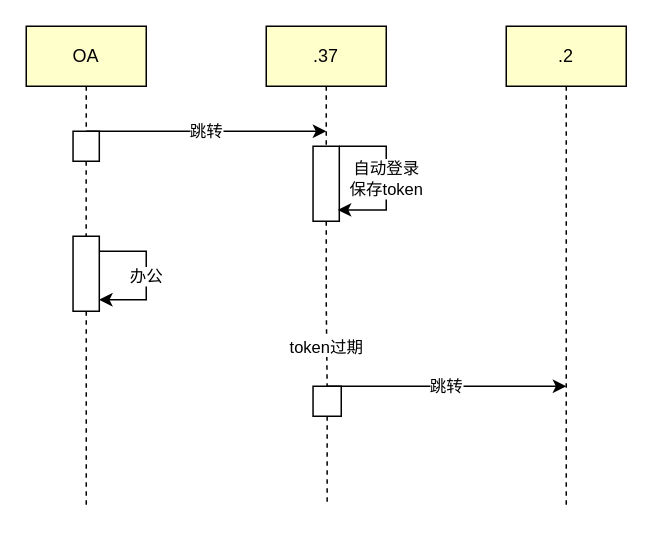
Above: drawio/architecture.drawio in RainbowJier/GeneralLoginModule (draw.io), before the change. Source tidied: cells renumbered, new cells numbered last; positions are measured from the earlier drawing's top-left corner, leaving out a move shared by most shapes. Both pictures are drawn from the tidied source at 150%, with x=0, y=0 at pixel (26, 26).
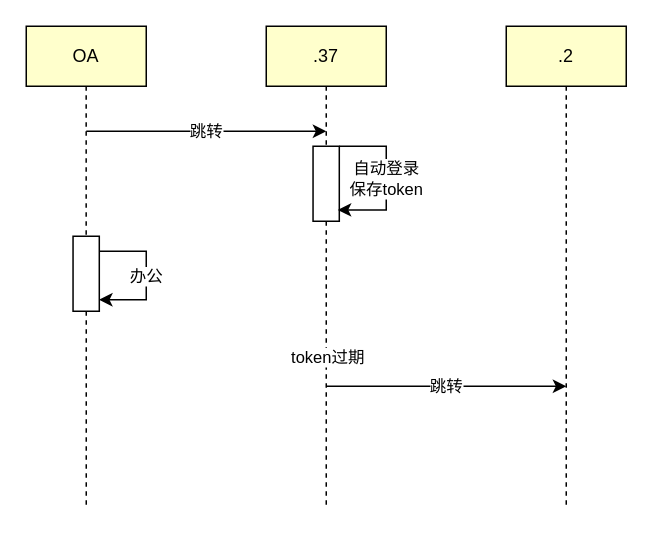
The same page after the edit.

The change refers to these unchanged cells:
```xml
<mxCell id="3" value="OA" style="rounded=0;whiteSpace=wrap;html=1;fillColor=#FFFFCC;" parent="1" vertex="1">
  <mxGeometry width="80" height="40" as="geometry" />
</mxCell>
<mxCell id="11" style="rounded=0;whiteSpace=wrap;html=1;" parent="1" vertex="1">
  <mxGeometry x="191.2" y="80" width="17.5" height="50" as="geometry" />
</mxCell>
<mxCell id="16" style="rounded=0;whiteSpace=wrap;html=1;" parent="1" vertex="1">
  <mxGeometry x="31.2" y="140" width="17.5" height="50" as="geometry" />
</mxCell>
```

The edit, as a diff of the source:
```diff
@@
+    <mxCell id="21" style="edgeStyle=orthogonalEdgeStyle;rounded=0;jettySize=auto;html=1;entryX=0.5;entryY=0;entryDx=0;entryDy=0;endArrow=none;startFill=0;dashed=1;" parent="1" edge="1" source="3" target="16">
+      <mxGeometry relative="1" as="geometry" />
+    </mxCell>
@@
-    <mxCell id="4" style="edgeStyle=orthogonalEdgeStyle;rounded=0;jettySize=auto;html=1;endArrow=none;startFill=0;dashed=1;" parent="1" edge="1" source="3" target="5">
-      <mxGeometry relative="1" as="geometry" />
-    </mxCell>
-    <mxCell id="5" style="rounded=0;whiteSpace=wrap;html=1;" parent="1" vertex="1">
-      <mxGeometry x="31.2" y="70" width="17.5" height="20" as="geometry" />
-    </mxCell>
@@
-    <mxCell id="7" value="跳转" style="endArrow=classic;html=1;rounded=0;exitX=0.5;exitY=0;exitDx=0;exitDy=0;" parent="1" edge="1" source="5">
+    <mxCell id="7" value="跳转" style="endArrow=classic;html=1;rounded=0;exitX=0.5;exitY=0;exitDx=0;exitDy=0;" parent="1" edge="1">
       <mxGeometry relative="1" as="geometry">
+        <mxPoint x="40" y="70" as="sourcePoint" />
         <mxPoint x="200" y="70" as="targetPoint" />
       </mxGeometry>
     </mxCell>
@@
-    <mxCell id="9" style="edgeStyle=orthogonalEdgeStyle;rounded=0;jettySize=auto;html=1;endArrow=none;startFill=0;dashed=1;" parent="1" edge="1" source="11" target="20">
-      <mxGeometry relative="1" as="geometry" />
+    <mxCell id="9" style="edgeStyle=orthogonalEdgeStyle;rounded=0;jettySize=auto;html=1;endArrow=none;startFill=0;dashed=1;" parent="1" edge="1" source="11">
+      <mxGeometry relative="1" as="geometry">
+        <mxPoint x="200" y="320" as="targetPoint" />
+      </mxGeometry>
     </mxCell>
     <mxCell id="10" value="token过期" style="edgeLabel;html=1;align=center;verticalAlign=middle;" parent="9" vertex="1">
-      <mxGeometry x="0.52" y="-1" relative="1" as="geometry" />
+      <mxGeometry x="0.52" y="-1" relative="1" as="geometry">
+        <mxPoint x="1" y="-54" as="offset" />
+      </mxGeometry>
     </mxCell>
@@
-    <mxCell id="15" style="edgeStyle=orthogonalEdgeStyle;rounded=0;jettySize=auto;html=1;endArrow=none;startFill=0;dashed=1;" parent="1" edge="1" source="5" target="16">
-      <mxGeometry relative="1" as="geometry" />
-    </mxCell>
@@
-    <mxCell id="19" style="edgeStyle=orthogonalEdgeStyle;rounded=0;jettySize=auto;html=1;dashed=1;endArrow=none;startFill=0;" parent="1" edge="1" source="20">
-      <mxGeometry relative="1" as="geometry">
-        <mxPoint x="200.6" y="320" as="targetPoint" />
-      </mxGeometry>
-    </mxCell>
-    <mxCell id="20" style="rounded=0;whiteSpace=wrap;html=1;" parent="1" vertex="1">
-      <mxGeometry x="191.2" y="240" width="18.8" height="20" as="geometry" />
-    </mxCell>
```
